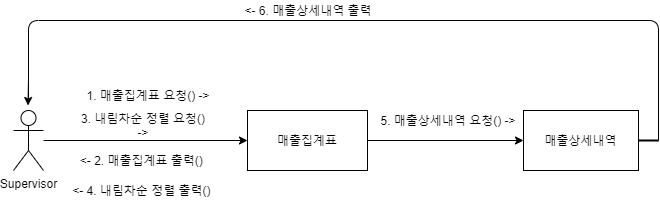
This is 상세명세서/Behavioral Model/communication diagram/매출현황관리 communication diagram.png from distroytest/KNUSD-20202-Team05, a draw.io export, as it was before one commit. Source tidied: cells renumbered, new cells last; positions are measured from the earlier drawing's top-left corner, leaving out a move shared by most shapes.
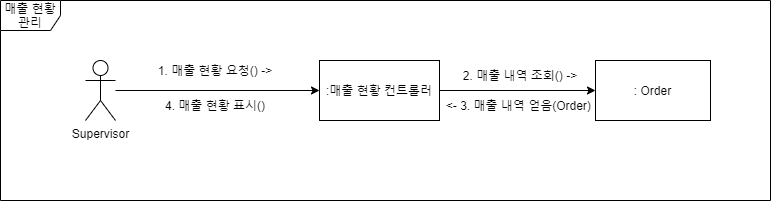
Later version of the same file.

Commit message:
Update 매출현황관리 communication diagram.png

The edit, as a diff of the source:
```diff
@@ -11,51 +11,26 @@
     <mxCell id="4" style="edgeStyle=orthogonalEdgeStyle;rounded=0;jettySize=auto;html=1;entryX=0;entryY=0.5;entryDx=0;entryDy=0;" parent="1" edge="1" source="5" target="6">
       <mxGeometry relative="1" as="geometry" />
     </mxCell>
-    <mxCell id="5" value="매출집계표" style="rounded=0;whiteSpace=wrap;html=1;" parent="1" vertex="1">
+    <mxCell id="5" value=":매출 현황 컨트롤러" style="rounded=0;whiteSpace=wrap;html=1;" parent="1" vertex="1">
       <mxGeometry x="234" y="110" width="120" height="60" as="geometry" />
     </mxCell>
-    <mxCell id="6" value="매출상세내역" style="rounded=0;whiteSpace=wrap;html=1;" parent="1" vertex="1">
+    <mxCell id="6" value=": Order" style="rounded=0;whiteSpace=wrap;html=1;" parent="1" vertex="1">
       <mxGeometry x="510" y="110" width="115" height="60" as="geometry" />
     </mxCell>
-    <mxCell id="7" value="1. 매출집계표 요청() -&amp;gt;" style="text;html=1;strokeColor=none;fillColor=none;align=center;verticalAlign=middle;whiteSpace=wrap;rounded=0;" parent="1" vertex="1">
-      <mxGeometry x="50" y="85" width="170" height="20" as="geometry" />
+    <mxCell id="7" value="1. 매출 현황 요청() -&amp;gt;" style="text;html=1;strokeColor=none;fillColor=none;align=center;verticalAlign=middle;whiteSpace=wrap;rounded=0;" parent="1" vertex="1">
+      <mxGeometry x="45" y="110" width="170" height="20" as="geometry" />
     </mxCell>
-    <mxCell id="8" value="5. 매출상세내역 요청() -&amp;gt;" style="text;html=1;strokeColor=none;fillColor=none;align=center;verticalAlign=middle;whiteSpace=wrap;rounded=0;" parent="1" vertex="1">
-      <mxGeometry x="350" y="110" width="170" height="20" as="geometry" />
-    </mxCell>
-    <mxCell id="9" value="&amp;lt;- 4. 내림차순 정렬 출력()&amp;nbsp;" style="text;html=1;strokeColor=none;fillColor=none;align=center;verticalAlign=middle;whiteSpace=wrap;rounded=0;" parent="1" vertex="1">
-      <mxGeometry x="55" y="180" width="150" height="20" as="geometry" />
-    </mxCell>
-    <mxCell id="10" value="&amp;lt;- 2. 매출집계표 출력()&amp;nbsp;" style="text;html=1;strokeColor=none;fillColor=none;align=center;verticalAlign=middle;whiteSpace=wrap;rounded=0;" parent="1" vertex="1">
-      <mxGeometry x="45" y="150" width="170" height="20" as="geometry" />
+    <mxCell id="10" value="&amp;lt;- 3. 매출 내역 얻음(Order)&amp;nbsp;" style="text;html=1;strokeColor=none;fillColor=none;align=center;verticalAlign=middle;whiteSpace=wrap;rounded=0;" parent="1" vertex="1">
+      <mxGeometry x="350" y="145" width="170" height="20" as="geometry" />
     </mxCell>
-    <mxCell id="11" value="3. 내림차순 정렬 요청() -&amp;gt;" style="text;html=1;strokeColor=none;fillColor=none;align=center;verticalAlign=middle;whiteSpace=wrap;rounded=0;" parent="1" vertex="1">
-      <mxGeometry x="65" y="115" width="130" height="20" as="geometry" />
-    </mxCell>
-    <mxCell id="12" value="&amp;lt;- 6. 매출상세내역 출력" style="text;html=1;strokeColor=none;fillColor=none;align=center;verticalAlign=middle;whiteSpace=wrap;rounded=0;" parent="1" vertex="1">
-      <mxGeometry x="215" width="160" height="20" as="geometry" />
-    </mxCell>
-    <mxCell id="13" style="edgeStyle=elbowEdgeStyle;html=1;endArrow=none;elbow=vertical;" parent="1" edge="1">
-      <mxGeometry relative="1" as="geometry">
-        <mxPoint x="645" y="140" as="sourcePoint" />
-        <mxPoint x="15" y="100" as="targetPoint" />
-        <Array as="points">
-          <mxPoint x="325" y="20" />
-          <mxPoint x="15" y="70" />
-        </Array>
-      </mxGeometry>
-    </mxCell>
-    <mxCell id="14" style="line;strokeWidth=2;html=1;" parent="1" vertex="1">
-      <mxGeometry x="625" y="135" width="20" height="10" as="geometry" />
-    </mxCell>
-    <mxCell id="15" style="edgeStyle=orthogonalEdgeStyle;rounded=0;orthogonalLoop=1;jettySize=auto;html=1;" parent="1" edge="1">
-      <mxGeometry relative="1" as="geometry">
-        <mxPoint x="15" y="50" as="sourcePoint" />
-        <mxPoint x="14.5" y="105" as="targetPoint" />
-        <Array as="points">
-          <mxPoint x="15" y="78" />
-        </Array>
-      </mxGeometry>
-    </mxCell>
+    <mxCell id="16" value="매출 현황 관리" style="shape=umlFrame;whiteSpace=wrap;html=1;" parent="1" vertex="1">
+      <mxGeometry x="-85" y="50" width="770" height="200" as="geometry" />
+    </mxCell>
+    <mxCell id="17" value="2. 매출 내역 조회() -&amp;gt;" style="text;html=1;strokeColor=none;fillColor=none;align=center;verticalAlign=middle;whiteSpace=wrap;rounded=0;" parent="1" vertex="1">
+      <mxGeometry x="365" y="115" width="140" height="20" as="geometry" />
+    </mxCell>
+    <mxCell id="18" value="4. 매출 현황 표시()" style="text;html=1;strokeColor=none;fillColor=none;align=center;verticalAlign=middle;whiteSpace=wrap;rounded=0;" parent="1" vertex="1">
+      <mxGeometry x="75" y="145" width="110" height="20" as="geometry" />
+    </mxCell>
   </root>
 </mxGraphModel>
```
